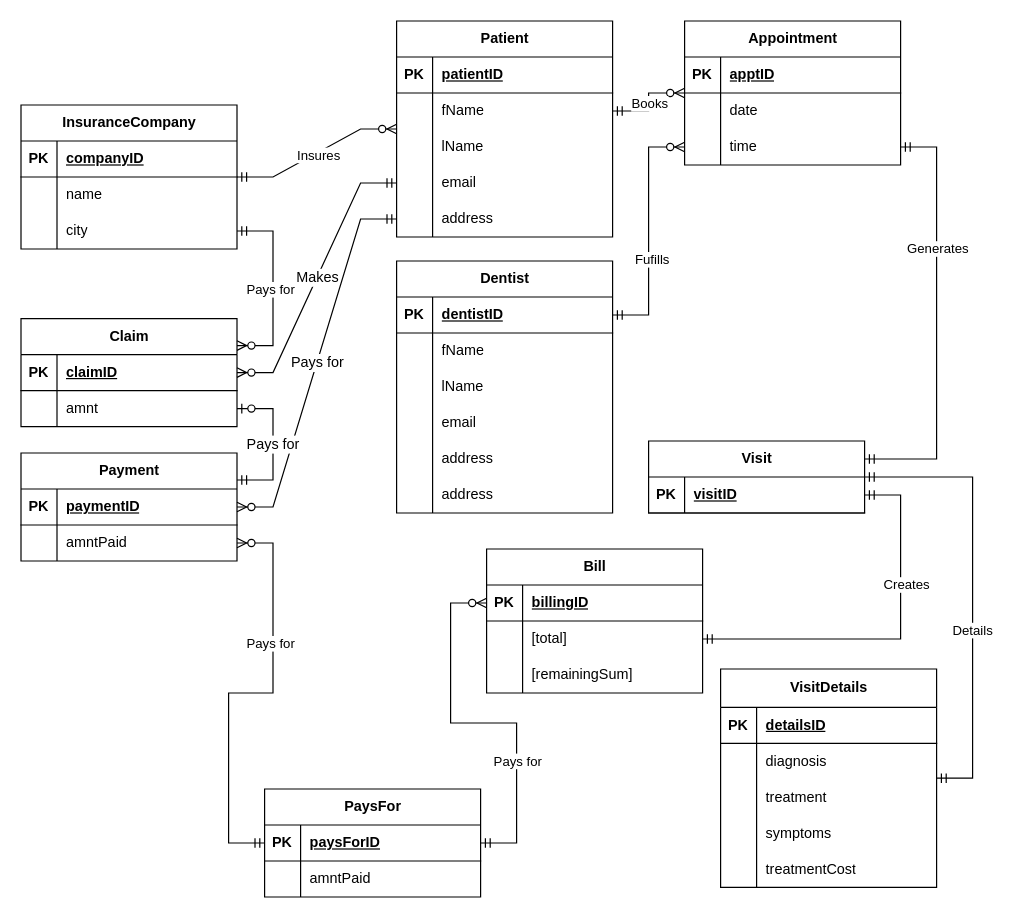
The draw.io diagram Deliverable2/erDiagramRevision.drawio in m-bernardin/Database-LIA, before the edit. Source tidied: cells renumbered, new cells numbered last; positions are measured from the earlier drawing's top-left corner, leaving out a move shared by most shapes. Both pictures are drawn from the tidied source at 120%, with x=0, y=0 at pixel (20, 20).
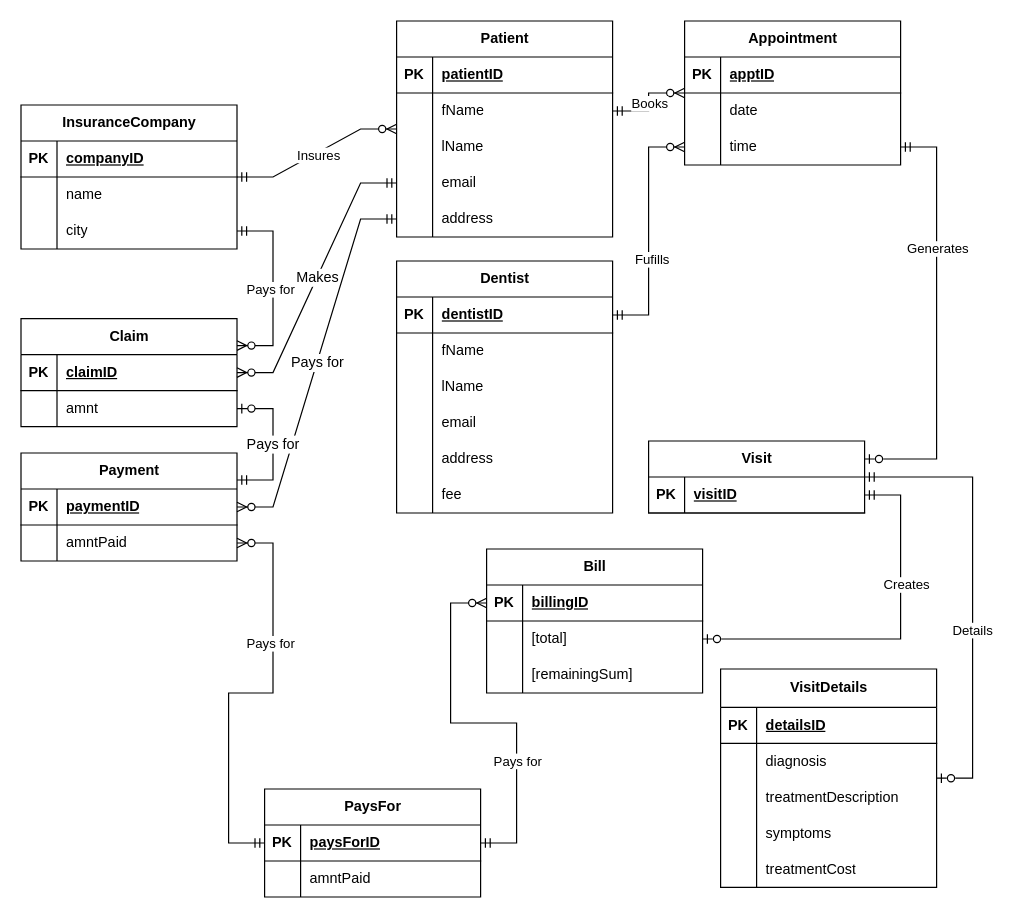
After the change.

Unchanged cells that the change refers to:
```xml
<mxCell id="25" style="shape=tableRow;horizontal=0;startSize=0;swimlaneHead=0;swimlaneBody=0;fillColor=none;points=[[0,0.5],[1,0.5]];portConstraint=eastwest;top=0;left=0;right=0;bottom=0;" parent="18" vertex="1">
  <mxGeometry y="90" width="180" height="30" as="geometry" />
</mxCell>
<mxCell id="32" style="shape=tableRow;horizontal=0;startSize=0;swimlaneHead=0;swimlaneBody=0;fillColor=none;points=[[0,0.5],[1,0.5]];portConstraint=eastwest;top=0;left=0;right=0;bottom=0;" parent="28" vertex="1">
  <mxGeometry y="60" width="180" height="30" as="geometry" />
</mxCell>
<mxCell id="38" value="Visit" style="shape=table;startSize=30;childLayout=tableLayout;rowLines=0;fontStyle=1;align=center;html=1;" parent="1" vertex="1">
  <mxGeometry x="523" y="350" width="180" height="60" as="geometry" />
</mxCell>
<mxCell id="39" style="shape=tableRow;horizontal=0;startSize=0;swimlaneHead=0;swimlaneBody=0;fillColor=none;points=[[0,0.5],[1,0.5]];portConstraint=eastwest;top=0;left=0;right=0;bottom=1;" parent="38" vertex="1">
  <mxGeometry y="30" width="180" height="30" as="geometry" />
</mxCell>
<mxCell id="58" style="shape=tableRow;horizontal=0;startSize=0;swimlaneHead=0;swimlaneBody=0;fillColor=none;top=0;left=0;right=0;bottom=0;" parent="42" vertex="1">
  <mxGeometry y="180" width="180" height="30" as="geometry" />
</mxCell>
<mxCell id="109" value="VisitDetails" style="shape=table;startSize=32;childLayout=tableLayout;rowLines=0;fontStyle=1;align=center;html=1;" parent="1" vertex="1">
  <mxGeometry x="583" y="540" width="180" height="182" as="geometry" />
</mxCell>
<mxCell id="116" style="shape=tableRow;horizontal=0;startSize=0;swimlaneHead=0;swimlaneBody=0;fillColor=none;top=0;left=0;right=0;bottom=0;" parent="109" vertex="1">
  <mxGeometry y="92" width="180" height="30" as="geometry" />
</mxCell>
```

Change to the diagram source:
```diff
@@
-    <mxCell id="60" value="address" style="shape=partialRectangle;fillColor=none;top=0;left=0;bottom=0;right=0;align=left;spacingLeft=6;overflow=hidden;whiteSpace=wrap;html=1;" parent="58" vertex="1">
-      <mxGeometry x="30" width="150" height="30" as="geometry" />
-    </mxCell>
+    <mxCell id="129" value="fee" style="shape=partialRectangle;fillColor=none;top=0;left=0;bottom=0;right=0;align=left;spacingLeft=6;overflow=hidden;whiteSpace=wrap;html=1;" parent="58" vertex="1">
+      <mxGeometry x="30" width="150" height="30" as="geometry" />
+    </mxCell>
@@
-    <mxCell id="94" style="edgeStyle=entityRelationEdgeStyle;fontSize=12;html=1;endArrow=ERmandOne;startArrow=ERmandOne;rounded=0;exitX=1;exitY=0.25;exitDx=0;exitDy=0;" parent="1" edge="1" source="38" target="25">
+    <mxCell id="94" style="edgeStyle=entityRelationEdgeStyle;fontSize=12;html=1;endArrow=ERmandOne;startArrow=ERzeroToOne;rounded=0;exitX=1;exitY=0.25;exitDx=0;exitDy=0;startFill=0;" parent="1" edge="1" source="38" target="25">
       <mxGeometry relative="1" as="geometry" />
     </mxCell>
@@
-    <mxCell id="98" style="edgeStyle=entityRelationEdgeStyle;fontSize=12;html=1;endArrow=ERmandOne;startArrow=ERmandOne;rounded=0;exitX=1;exitY=0.5;exitDx=0;exitDy=0;" parent="1" edge="1" source="32" target="39">
+    <mxCell id="98" style="edgeStyle=entityRelationEdgeStyle;fontSize=12;html=1;endArrow=ERmandOne;startArrow=ERzeroToOne;rounded=0;exitX=1;exitY=0.5;exitDx=0;exitDy=0;startFill=0;" parent="1" edge="1" source="32" target="39">
       <mxGeometry relative="1" as="geometry" />
     </mxCell>
@@
-    <mxCell id="118" value="treatment" style="shape=partialRectangle;fillColor=none;top=0;left=0;bottom=0;right=0;align=left;spacingLeft=6;overflow=hidden;whiteSpace=wrap;html=1;" parent="116" vertex="1">
+    <mxCell id="118" value="treatmentDescription" style="shape=partialRectangle;fillColor=none;top=0;left=0;bottom=0;right=0;align=left;spacingLeft=6;overflow=hidden;whiteSpace=wrap;html=1;" parent="116" vertex="1">
       <mxGeometry x="30" width="150" height="30" as="geometry" />
     </mxCell>
@@
-    <mxCell id="127" style="edgeStyle=entityRelationEdgeStyle;fontSize=12;html=1;endArrow=ERmandOne;startArrow=ERmandOne;rounded=0;entryX=1;entryY=0.5;entryDx=0;entryDy=0;" parent="1" edge="1" source="109" target="38">
+    <mxCell id="127" style="edgeStyle=entityRelationEdgeStyle;fontSize=12;html=1;endArrow=ERmandOne;startArrow=ERzeroToOne;rounded=0;entryX=1;entryY=0.5;entryDx=0;entryDy=0;startFill=0;" parent="1" edge="1" source="109" target="38">
       <mxGeometry relative="1" as="geometry" />
     </mxCell>
```
